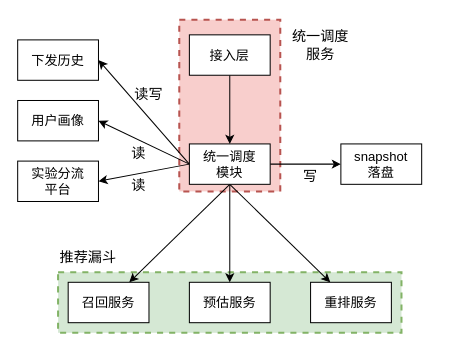
Earlier version of the draw.io diagram page "第 5 页" (4 of 6) of 推荐系统整体架构.drawio (yantao006/draw_io). Source tidied: cells renumbered, new cells numbered last; positions are measured from the earlier drawing's top-left corner, leaving out a move shared by most shapes. Both pictures are drawn from the tidied source at 101%, with x=0, y=0 at pixel (17, 19).
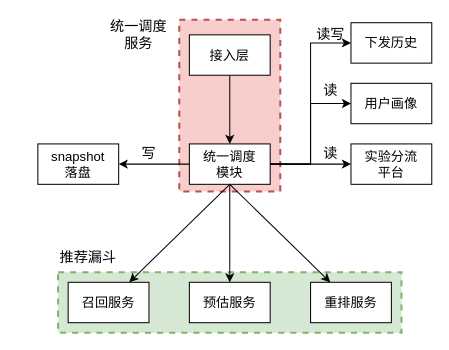
Above is the later version.

Unchanged cells that the change refers to:
```xml
<mxCell id="13" value="&lt;span style=&quot;font-size: 13px;&quot;&gt;统一调度&lt;br&gt;模块&lt;br&gt;&lt;/span&gt;" style="rounded=0;whiteSpace=wrap;html=1;" parent="1" vertex="1">
  <mxGeometry x="170" y="123" width="80" height="40" as="geometry" />
</mxCell>
```

The edit, as a diff of the source:
```diff
@@
+    <mxCell id="12" style="edgeStyle=orthogonalEdgeStyle;rounded=0;jettySize=auto;html=1;exitX=1;exitY=0.5;exitDx=0;exitDy=0;entryX=0;entryY=0.5;entryDx=0;entryDy=0;" parent="1" edge="1" source="13" target="24">
+      <mxGeometry relative="1" as="geometry" />
+    </mxCell>
-    <mxCell id="9" style="rounded=0;jettySize=auto;html=1;exitX=0;exitY=0.5;exitDx=0;exitDy=0;entryX=1;entryY=0.5;entryDx=0;entryDy=0;" parent="1" edge="1" source="13" target="19">
+    <mxCell id="9" style="edgeStyle=orthogonalEdgeStyle;rounded=0;jettySize=auto;html=1;exitX=1;exitY=0.5;exitDx=0;exitDy=0;entryX=0;entryY=0.5;entryDx=0;entryDy=0;" parent="1" edge="1" source="13" target="19">
       <mxGeometry relative="1" as="geometry" />
     </mxCell>
-    <mxCell id="10" style="rounded=0;jettySize=auto;html=1;exitX=0;exitY=0.5;exitDx=0;exitDy=0;entryX=1;entryY=0.5;entryDx=0;entryDy=0;" parent="1" edge="1" source="13" target="18">
+    <mxCell id="10" style="edgeStyle=orthogonalEdgeStyle;rounded=0;jettySize=auto;html=1;exitX=1;exitY=0.5;exitDx=0;exitDy=0;entryX=0;entryY=0.5;entryDx=0;entryDy=0;" parent="1" edge="1" source="13" target="18">
       <mxGeometry relative="1" as="geometry" />
     </mxCell>
-    <mxCell id="11" style="edgeStyle=orthogonalEdgeStyle;rounded=0;jettySize=auto;html=1;exitX=1;exitY=0.5;exitDx=0;exitDy=0;entryX=0;entryY=0.5;entryDx=0;entryDy=0;" parent="1" edge="1" source="13" target="22">
+    <mxCell id="11" style="edgeStyle=orthogonalEdgeStyle;rounded=0;jettySize=auto;html=1;exitX=0;exitY=0.5;exitDx=0;exitDy=0;" parent="1" edge="1" source="13" target="22">
       <mxGeometry relative="1" as="geometry" />
     </mxCell>
-    <mxCell id="12" style="rounded=0;jettySize=auto;html=1;exitX=0;exitY=0.5;exitDx=0;exitDy=0;entryX=1;entryY=0.5;entryDx=0;entryDy=0;" parent="1" edge="1" source="13" target="24">
-      <mxGeometry relative="1" as="geometry" />
-    </mxCell>
@@
     <mxCell id="17" value="统一调度服务" style="text;html=1;strokeColor=none;fillColor=none;align=center;verticalAlign=middle;whiteSpace=wrap;rounded=0;dashed=1;strokeWidth=2;fontSize=14;" parent="1" vertex="1">
-      <mxGeometry x="270" y="10" width="60" height="30" as="geometry" />
+      <mxGeometry x="90" width="60" height="30" as="geometry" />
     </mxCell>
     <mxCell id="18" value="&lt;span style=&quot;font-size: 13px;&quot;&gt;下发历史&lt;/span&gt;" style="rounded=0;whiteSpace=wrap;html=1;" parent="1" vertex="1">
-      <mxGeometry y="20" width="80" height="40" as="geometry" />
+      <mxGeometry x="330" y="3" width="80" height="40" as="geometry" />
     </mxCell>
     <mxCell id="19" value="&lt;span style=&quot;font-size: 13px;&quot;&gt;用户画像&lt;br&gt;&lt;/span&gt;" style="rounded=0;whiteSpace=wrap;html=1;" parent="1" vertex="1">
-      <mxGeometry y="80" width="80" height="40" as="geometry" />
+      <mxGeometry x="330" y="63" width="80" height="40" as="geometry" />
     </mxCell>
     <mxCell id="20" value="读" style="text;html=1;strokeColor=none;fillColor=none;align=center;verticalAlign=middle;whiteSpace=wrap;rounded=0;dashed=1;strokeWidth=2;fontSize=14;" parent="1" vertex="1">
-      <mxGeometry x="90" y="117" width="60" height="30" as="geometry" />
+      <mxGeometry x="280" y="55" width="60" height="30" as="geometry" />
     </mxCell>
     <mxCell id="21" value="读写" style="text;html=1;strokeColor=none;fillColor=none;align=center;verticalAlign=middle;whiteSpace=wrap;rounded=0;dashed=1;strokeWidth=2;fontSize=14;" parent="1" vertex="1">
-      <mxGeometry x="100" y="59" width="60" height="30" as="geometry" />
+      <mxGeometry x="280" width="60" height="30" as="geometry" />
     </mxCell>
     <mxCell id="22" value="&lt;span style=&quot;font-size: 13px;&quot;&gt;snapshot&lt;br&gt;落盘&lt;br&gt;&lt;/span&gt;" style="rounded=0;whiteSpace=wrap;html=1;" parent="1" vertex="1">
-      <mxGeometry x="320" y="123" width="80" height="40" as="geometry" />
+      <mxGeometry x="20" y="123" width="80" height="40" as="geometry" />
     </mxCell>
     <mxCell id="23" value="写" style="text;html=1;strokeColor=none;fillColor=none;align=center;verticalAlign=middle;whiteSpace=wrap;rounded=0;dashed=1;strokeWidth=2;fontSize=14;" parent="1" vertex="1">
-      <mxGeometry x="260" y="140" width="60" height="30" as="geometry" />
+      <mxGeometry x="100" y="117" width="60" height="30" as="geometry" />
     </mxCell>
     <mxCell id="24" value="&lt;span style=&quot;font-size: 13px;&quot;&gt;实验分流&lt;br&gt;平台&lt;br&gt;&lt;/span&gt;" style="rounded=0;whiteSpace=wrap;html=1;" parent="1" vertex="1">
-      <mxGeometry y="140" width="80" height="40" as="geometry" />
+      <mxGeometry x="330" y="123" width="80" height="40" as="geometry" />
     </mxCell>
     <mxCell id="25" value="读" style="text;html=1;strokeColor=none;fillColor=none;align=center;verticalAlign=middle;whiteSpace=wrap;rounded=0;dashed=1;strokeWidth=2;fontSize=14;" parent="1" vertex="1">
-      <mxGeometry x="90" y="149" width="60" height="30" as="geometry" />
+      <mxGeometry x="280" y="117" width="60" height="30" as="geometry" />
     </mxCell>
```
